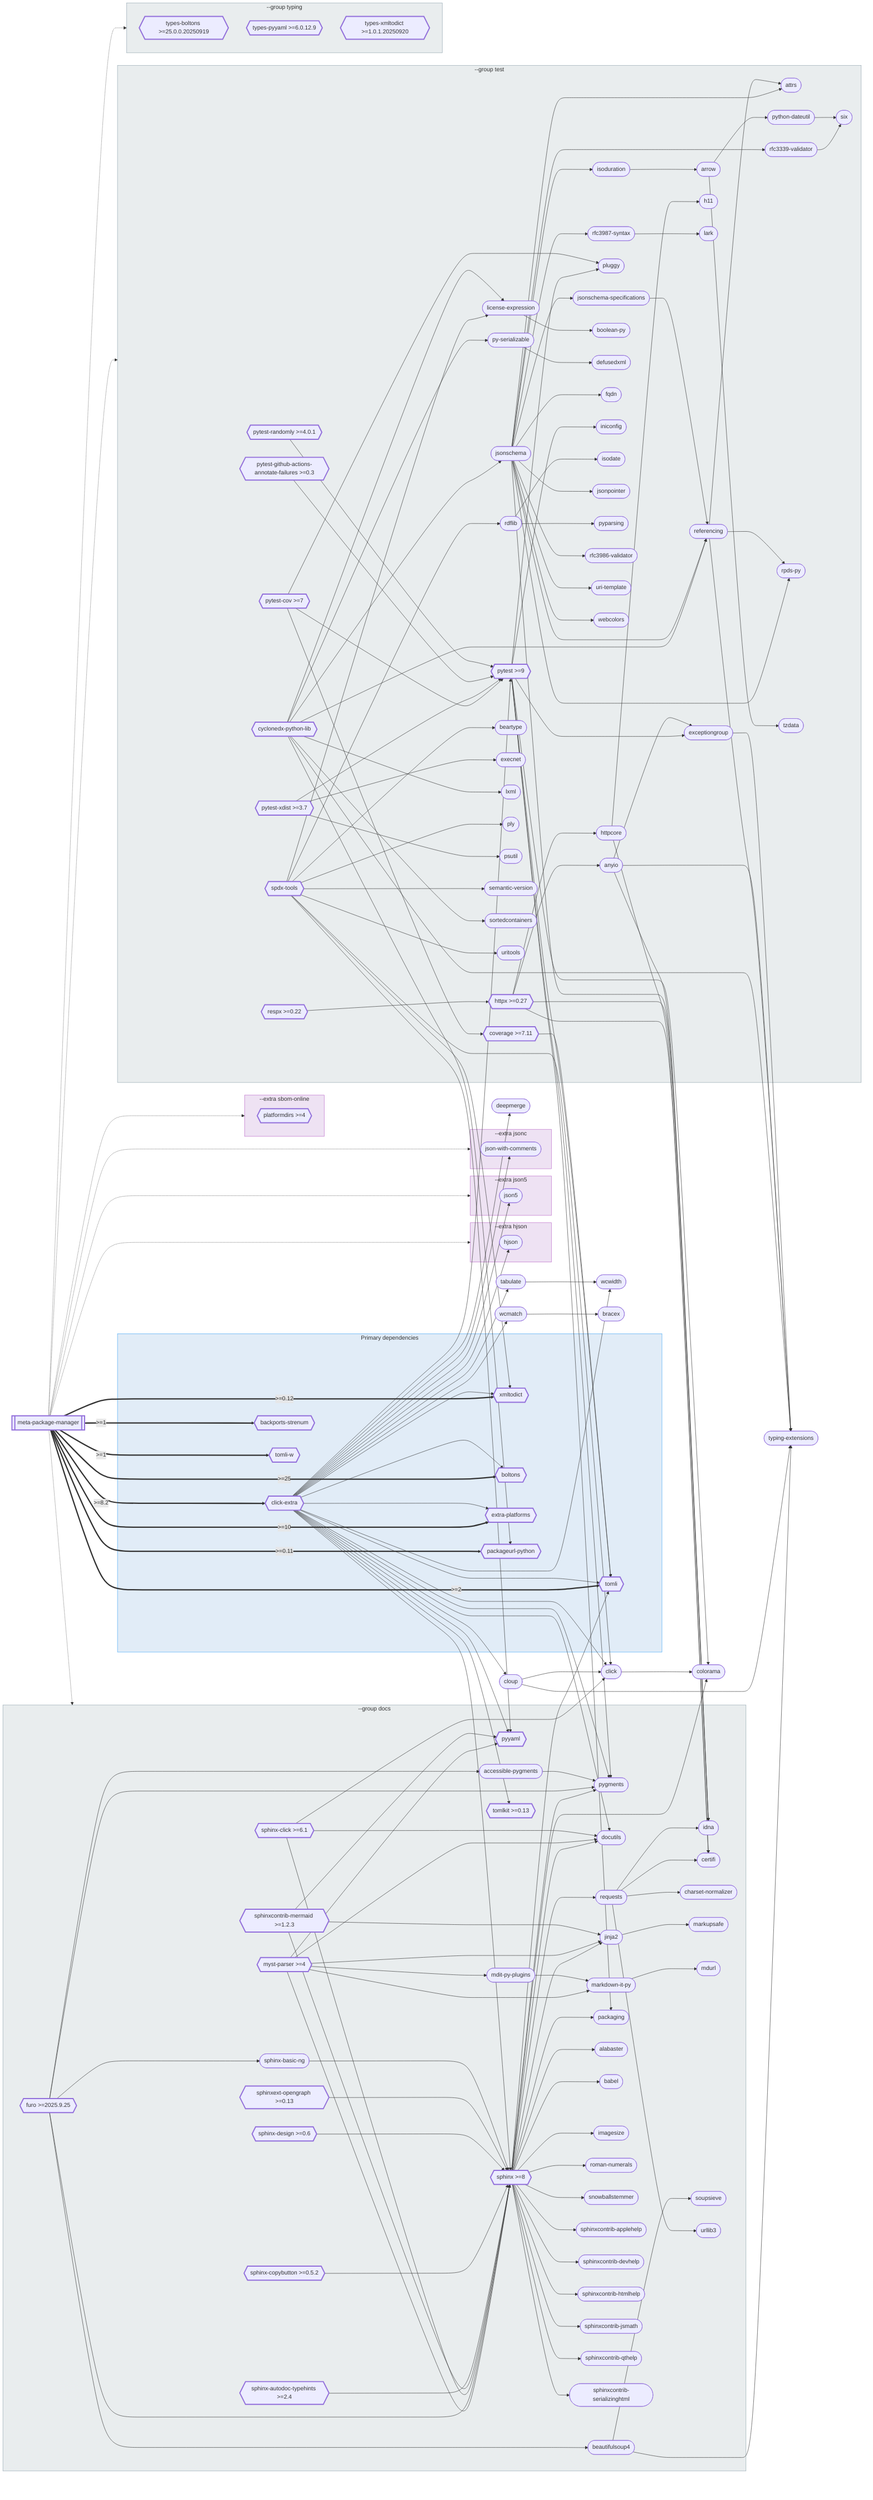
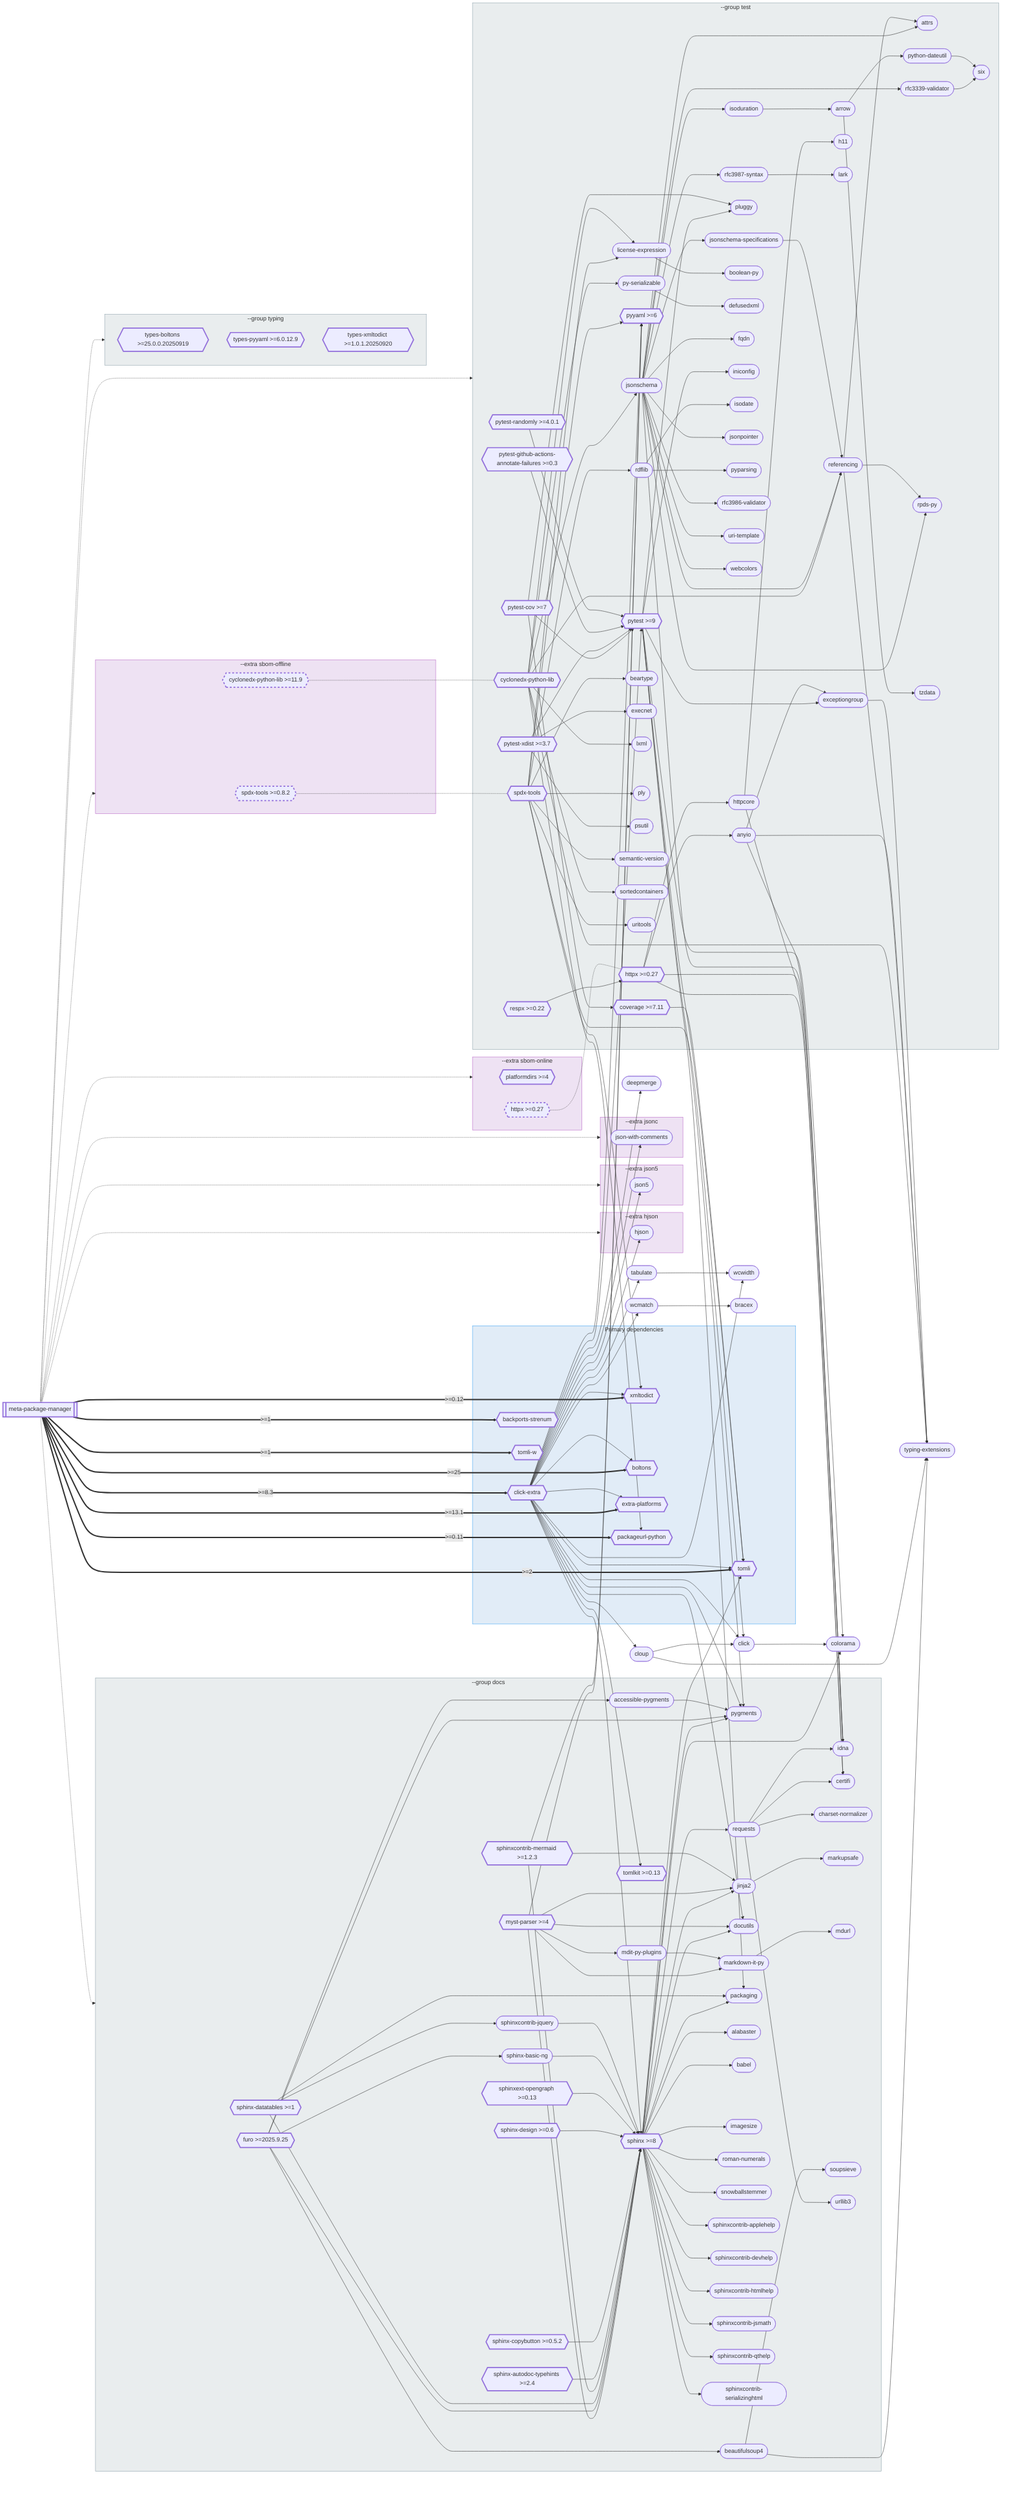
flowchart LR
    meta_package_manager[["`meta-package-manager`"]]

    subgraph primary-deps [Primary dependencies]
        click_extra{{"`click-extra`"}}
        tomli{{"`tomli`"}}
        xmltodict{{"`xmltodict`"}}
        boltons{{"`boltons`"}}
        extra_platforms{{"`extra-platforms`"}}
        packageurl_python{{"`packageurl-python`"}}
        backports_strenum{{"`backports-strenum`"}}
        tomli_w{{"`tomli-w`"}}
    end

    typing_extensions(["`typing-extensions`"])
    click_0(["`click`"])
    cloup(["`cloup`"])
    colorama(["`colorama`"])
    tabulate(["`tabulate`"])
    wcmatch(["`wcmatch`"])
    wcwidth(["`wcwidth`"])
    bracex(["`bracex`"])
    deepmerge(["`deepmerge`"])

    subgraph ext_hjson [--extra hjson]
        hjson(["`hjson`"])
    end

    subgraph ext_json5 [--extra json5]
        json5(["`json5`"])
    end

    subgraph ext_jsonc [--extra jsonc]
        json_with_comments(["`json-with-comments`"])
    end

+     subgraph ext_sbom-offline [--extra sbom-offline]
+         ext_sbom-offline_spdx_tools{{"`spdx-tools >=0.8.2`"}}
+         ext_sbom-offline_cyclonedx_python_lib{{"`cyclonedx-python-lib >=11.9`"}}
+     end
+ 
    subgraph ext_sbom-online [--extra sbom-online]
        platformdirs{{"`platformdirs >=4`"}}
+         ext_sbom-online_httpx{{"`httpx >=0.27`"}}
    end

    subgraph grp_docs [--group docs]
        sphinx{{"`sphinx >=8`"}}
        myst_parser{{"`myst-parser >=4`"}}
        furo{{"`furo >=2025.9.25`"}}
        pygments(["`pygments`"])
-         pyyaml{{"`pyyaml`"}}
        requests(["`requests`"])
-         docutils(["`docutils`"])
        idna(["`idna`"])
        jinja2(["`jinja2`"])
-         sphinx_click{{"`sphinx-click >=6.1`"}}
+         sphinx_datatables{{"`sphinx-datatables >=1`"}}
        sphinxcontrib_mermaid{{"`sphinxcontrib-mermaid >=1.2.3`"}}
        beautifulsoup4(["`beautifulsoup4`"])
        certifi(["`certifi`"])
+         docutils(["`docutils`"])
        markdown_it_py(["`markdown-it-py`"])
+         packaging(["`packaging`"])
        accessible_pygments(["`accessible-pygments`"])
        mdit_py_plugins(["`mdit-py-plugins`"])
-         packaging(["`packaging`"])
        sphinx_autodoc_typehints{{"`sphinx-autodoc-typehints >=2.4`"}}
        sphinx_basic_ng(["`sphinx-basic-ng`"])
        sphinx_copybutton{{"`sphinx-copybutton >=0.5.2`"}}
        sphinx_design{{"`sphinx-design >=0.6`"}}
+         sphinxcontrib_jquery(["`sphinxcontrib-jquery`"])
        sphinxext_opengraph{{"`sphinxext-opengraph >=0.13`"}}
        tomlkit{{"`tomlkit >=0.13`"}}
        alabaster(["`alabaster`"])
        babel(["`babel`"])
        charset_normalizer(["`charset-normalizer`"])
        imagesize(["`imagesize`"])
        markupsafe(["`markupsafe`"])
        mdurl(["`mdurl`"])
        roman_numerals(["`roman-numerals`"])
        snowballstemmer(["`snowballstemmer`"])
        soupsieve(["`soupsieve`"])
        sphinxcontrib_applehelp(["`sphinxcontrib-applehelp`"])
        sphinxcontrib_devhelp(["`sphinxcontrib-devhelp`"])
        sphinxcontrib_htmlhelp(["`sphinxcontrib-htmlhelp`"])
        sphinxcontrib_jsmath(["`sphinxcontrib-jsmath`"])
        sphinxcontrib_qthelp(["`sphinxcontrib-qthelp`"])
        sphinxcontrib_serializinghtml(["`sphinxcontrib-serializinghtml`"])
        urllib3(["`urllib3`"])
    end

    subgraph grp_test [--group test]
        jsonschema(["`jsonschema`"])
        pytest{{"`pytest >=9`"}}
        spdx_tools{{"`spdx-tools`"}}
        cyclonedx_python_lib{{"`cyclonedx-python-lib`"}}
        httpx{{"`httpx >=0.27`"}}
        referencing(["`referencing`"])
+         pyyaml{{"`pyyaml >=6`"}}
        anyio(["`anyio`"])
        pytest_cov{{"`pytest-cov >=7`"}}
        pytest_xdist{{"`pytest-xdist >=3.7`"}}
        arrow(["`arrow`"])
        coverage{{"`coverage >=7.11`"}}
        exceptiongroup(["`exceptiongroup`"])
        httpcore(["`httpcore`"])
        license_expression(["`license-expression`"])
        rdflib(["`rdflib`"])
        attrs(["`attrs`"])
        isoduration(["`isoduration`"])
        jsonschema_specifications(["`jsonschema-specifications`"])
        pluggy(["`pluggy`"])
        py_serializable(["`py-serializable`"])
        pytest_github_actions_annotate_failures{{"`pytest-github-actions-annotate-failures >=0.3`"}}
        pytest_randomly{{"`pytest-randomly >=4.0.1`"}}
        python_dateutil(["`python-dateutil`"])
        respx{{"`respx >=0.22`"}}
        rfc3339_validator(["`rfc3339-validator`"])
        rfc3987_syntax(["`rfc3987-syntax`"])
        rpds_py(["`rpds-py`"])
        six(["`six`"])
        beartype(["`beartype`"])
        boolean_py(["`boolean-py`"])
        defusedxml(["`defusedxml`"])
        execnet(["`execnet`"])
        fqdn(["`fqdn`"])
        h11(["`h11`"])
        iniconfig(["`iniconfig`"])
        isodate(["`isodate`"])
        jsonpointer(["`jsonpointer`"])
        lark(["`lark`"])
        lxml(["`lxml`"])
        ply(["`ply`"])
        psutil(["`psutil`"])
        pyparsing(["`pyparsing`"])
        rfc3986_validator(["`rfc3986-validator`"])
        semantic_version(["`semantic-version`"])
        sortedcontainers(["`sortedcontainers`"])
        tzdata(["`tzdata`"])
        uri_template(["`uri-template`"])
        uritools(["`uritools`"])
        webcolors(["`webcolors`"])
    end

    subgraph grp_typing [--group typing]
        types_boltons{{"`types-boltons >=25.0.0.20250919`"}}
        types_pyyaml{{"`types-pyyaml >=6.0.12.9`"}}
        types_xmltodict{{"`types-xmltodict >=1.0.1.20250920`"}}
    end

-     meta_package_manager ==>|" >=8.2 "| click_extra
+     meta_package_manager ==>|" >=8.3 "| click_extra
    meta_package_manager ==>|" >=2 "| tomli
    meta_package_manager ==>|" >=0.12 "| xmltodict
    meta_package_manager ==>|" >=25 "| boltons
-     meta_package_manager ==>|" >=10 "| extra_platforms
+     meta_package_manager ==>|" >=13.1 "| extra_platforms
    meta_package_manager ==>|" >=0.11 "| packageurl_python
    meta_package_manager ==>|" >=1 "| backports_strenum
    meta_package_manager ==>|" >=1 "| tomli_w
    sphinx --> pygments
    sphinx --> requests
    sphinx --> tomli
-     sphinx --> docutils
    sphinx --> jinja2
    sphinx --> colorama
+     sphinx --> docutils
    sphinx --> packaging
    sphinx --> alabaster
    sphinx --> babel
    sphinx --> imagesize
    sphinx --> roman_numerals
    sphinx --> snowballstemmer
    sphinx --> sphinxcontrib_applehelp
    sphinx --> sphinxcontrib_devhelp
    sphinx --> sphinxcontrib_htmlhelp
    sphinx --> sphinxcontrib_jsmath
    sphinx --> sphinxcontrib_qthelp
    sphinx --> sphinxcontrib_serializinghtml
    click_extra --> sphinx
    click_extra --> pytest
-     click_extra --> click_0
    click_extra --> pygments
    click_extra --> pyyaml
    click_extra --> tomli
+     click_extra --> click_0
+     click_extra --> cloup
    click_extra --> docutils
-     click_extra --> cloup
    click_extra --> xmltodict
    click_extra --> boltons
    click_extra --> extra_platforms
    click_extra --> hjson
    click_extra --> json_with_comments
    click_extra --> json5
    click_extra --> tabulate
    click_extra --> tomlkit
    click_extra --> wcmatch
    click_extra --> wcwidth
    click_extra --> deepmerge
    pytest --> pygments
    pytest --> tomli
    pytest --> colorama
    pytest --> exceptiongroup
    pytest --> packaging
    pytest --> pluggy
    pytest --> iniconfig
+     spdx_tools --> pyyaml
    spdx_tools --> click_0
-     spdx_tools --> pyyaml
    spdx_tools --> license_expression
    spdx_tools --> rdflib
    spdx_tools --> xmltodict
    spdx_tools --> beartype
    spdx_tools --> ply
    spdx_tools --> semantic_version
    spdx_tools --> uritools
    cyclonedx_python_lib --> jsonschema
    cyclonedx_python_lib --> referencing
    cyclonedx_python_lib --> typing_extensions
    cyclonedx_python_lib --> license_expression
    cyclonedx_python_lib --> packageurl_python
    cyclonedx_python_lib --> py_serializable
    cyclonedx_python_lib --> lxml
    cyclonedx_python_lib --> sortedcontainers
    myst_parser --> sphinx
    myst_parser --> pyyaml
+     myst_parser --> jinja2
    myst_parser --> docutils
-     myst_parser --> jinja2
    myst_parser --> markdown_it_py
    myst_parser --> mdit_py_plugins
    furo --> sphinx
    furo --> pygments
    furo --> beautifulsoup4
    furo --> accessible_pygments
    furo --> sphinx_basic_ng
    httpx --> anyio
    httpx --> idna
    httpx --> certifi
    httpx --> httpcore
    pytest_cov --> pytest
    pytest_cov --> coverage
    pytest_cov --> pluggy
    pytest_xdist --> pytest
    pytest_xdist --> execnet
    pytest_xdist --> psutil
-     sphinx_click --> sphinx
-     sphinx_click --> click_0
-     sphinx_click --> docutils
+     sphinx_datatables --> sphinx
+     sphinx_datatables --> packaging
+     sphinx_datatables --> sphinxcontrib_jquery
    sphinxcontrib_mermaid --> sphinx
    sphinxcontrib_mermaid --> pyyaml
    sphinxcontrib_mermaid --> jinja2
    coverage --> tomli
    pytest_github_actions_annotate_failures --> pytest
    pytest_randomly --> pytest
    respx --> httpx
    sphinx_autodoc_typehints --> sphinx
    sphinx_copybutton --> sphinx
    sphinx_design --> sphinx
    sphinxext_opengraph --> sphinx
    jsonschema --> referencing
    jsonschema --> idna
    jsonschema --> attrs
    jsonschema --> isoduration
    jsonschema --> jsonschema_specifications
    jsonschema --> rfc3339_validator
    jsonschema --> rfc3987_syntax
    jsonschema --> rpds_py
    jsonschema --> fqdn
    jsonschema --> jsonpointer
    jsonschema --> rfc3986_validator
    jsonschema --> uri_template
    jsonschema --> webcolors
    referencing --> typing_extensions
    referencing --> attrs
    referencing --> rpds_py
-     click_0 --> colorama
    requests --> idna
    requests --> certifi
    requests --> charset_normalizer
    requests --> urllib3
    anyio --> typing_extensions
    anyio --> idna
    anyio --> exceptiongroup
+     click_0 --> colorama
    jinja2 --> markupsafe
    beautifulsoup4 --> typing_extensions
    beautifulsoup4 --> soupsieve
    cloup --> typing_extensions
    cloup --> click_0
    exceptiongroup --> typing_extensions
    httpcore --> certifi
    httpcore --> h11
    license_expression --> boolean_py
    markdown_it_py --> mdurl
    rdflib --> isodate
    rdflib --> pyparsing
    accessible_pygments --> pygments
    mdit_py_plugins --> markdown_it_py
    py_serializable --> defusedxml
    sphinx_basic_ng --> sphinx
+     sphinxcontrib_jquery --> sphinx
    tabulate --> wcwidth
    wcmatch --> bracex
    isoduration --> arrow
    jsonschema_specifications --> referencing
    rfc3339_validator --> six
    rfc3987_syntax --> lark
    arrow --> python_dateutil
    arrow --> tzdata
    python_dateutil --> six
    meta_package_manager -.-> ext_hjson
    meta_package_manager -.-> ext_json5
    meta_package_manager -.-> ext_jsonc
+     meta_package_manager -.-> ext_sbom-offline
    meta_package_manager -.-> ext_sbom-online
    meta_package_manager -.-> grp_docs
    meta_package_manager -.-> grp_test
    meta_package_manager -.-> grp_typing
+     ext_sbom-offline_spdx_tools -.- spdx_tools
+     ext_sbom-offline_cyclonedx_python_lib -.- cyclonedx_python_lib
+     ext_sbom-online_httpx -.- httpx

    click accessible_pygments "https://pypi.org/project/accessible-pygments/" _blank
    click alabaster "https://pypi.org/project/alabaster/" _blank
    click anyio "https://pypi.org/project/anyio/" _blank
    click arrow "https://pypi.org/project/arrow/" _blank
    click attrs "https://pypi.org/project/attrs/" _blank
    click babel "https://pypi.org/project/babel/" _blank
    click backports_strenum "https://pypi.org/project/backports-strenum/" _blank
    click beartype "https://pypi.org/project/beartype/" _blank
    click beautifulsoup4 "https://pypi.org/project/beautifulsoup4/" _blank
    click boltons "https://pypi.org/project/boltons/" _blank
    click boolean_py "https://pypi.org/project/boolean-py/" _blank
    click bracex "https://pypi.org/project/bracex/" _blank
    click certifi "https://pypi.org/project/certifi/" _blank
    click charset_normalizer "https://pypi.org/project/charset-normalizer/" _blank
    click click_0 "https://pypi.org/project/click/" _blank
    click click_extra "https://pypi.org/project/click-extra/" _blank
    click cloup "https://pypi.org/project/cloup/" _blank
    click colorama "https://pypi.org/project/colorama/" _blank
    click coverage "https://pypi.org/project/coverage/" _blank
    click cyclonedx_python_lib "https://pypi.org/project/cyclonedx-python-lib/" _blank
    click deepmerge "https://pypi.org/project/deepmerge/" _blank
    click defusedxml "https://pypi.org/project/defusedxml/" _blank
    click docutils "https://pypi.org/project/docutils/" _blank
    click exceptiongroup "https://pypi.org/project/exceptiongroup/" _blank
    click execnet "https://pypi.org/project/execnet/" _blank
    click extra_platforms "https://pypi.org/project/extra-platforms/" _blank
    click fqdn "https://pypi.org/project/fqdn/" _blank
    click furo "https://pypi.org/project/furo/" _blank
    click h11 "https://pypi.org/project/h11/" _blank
    click hjson "https://pypi.org/project/hjson/" _blank
    click httpcore "https://pypi.org/project/httpcore/" _blank
    click httpx "https://pypi.org/project/httpx/" _blank
    click idna "https://pypi.org/project/idna/" _blank
    click imagesize "https://pypi.org/project/imagesize/" _blank
    click iniconfig "https://pypi.org/project/iniconfig/" _blank
    click isodate "https://pypi.org/project/isodate/" _blank
    click isoduration "https://pypi.org/project/isoduration/" _blank
    click jinja2 "https://pypi.org/project/jinja2/" _blank
    click json_with_comments "https://pypi.org/project/json-with-comments/" _blank
    click json5 "https://pypi.org/project/json5/" _blank
    click jsonpointer "https://pypi.org/project/jsonpointer/" _blank
    click jsonschema "https://pypi.org/project/jsonschema/" _blank
    click jsonschema_specifications "https://pypi.org/project/jsonschema-specifications/" _blank
    click lark "https://pypi.org/project/lark/" _blank
    click license_expression "https://pypi.org/project/license-expression/" _blank
    click lxml "https://pypi.org/project/lxml/" _blank
    click markdown_it_py "https://pypi.org/project/markdown-it-py/" _blank
    click markupsafe "https://pypi.org/project/markupsafe/" _blank
    click mdit_py_plugins "https://pypi.org/project/mdit-py-plugins/" _blank
    click mdurl "https://pypi.org/project/mdurl/" _blank
    click meta_package_manager "https://pypi.org/project/meta-package-manager/" _blank
    click myst_parser "https://pypi.org/project/myst-parser/" _blank
    click packageurl_python "https://pypi.org/project/packageurl-python/" _blank
    click packaging "https://pypi.org/project/packaging/" _blank
    click platformdirs "https://pypi.org/project/platformdirs/" _blank
    click pluggy "https://pypi.org/project/pluggy/" _blank
    click ply "https://pypi.org/project/ply/" _blank
    click psutil "https://pypi.org/project/psutil/" _blank
    click py_serializable "https://pypi.org/project/py-serializable/" _blank
    click pygments "https://pypi.org/project/pygments/" _blank
    click pyparsing "https://pypi.org/project/pyparsing/" _blank
    click pytest "https://pypi.org/project/pytest/" _blank
    click pytest_cov "https://pypi.org/project/pytest-cov/" _blank
    click pytest_github_actions_annotate_failures "https://pypi.org/project/pytest-github-actions-annotate-failures/" _blank
    click pytest_randomly "https://pypi.org/project/pytest-randomly/" _blank
    click pytest_xdist "https://pypi.org/project/pytest-xdist/" _blank
    click python_dateutil "https://pypi.org/project/python-dateutil/" _blank
    click pyyaml "https://pypi.org/project/pyyaml/" _blank
    click rdflib "https://pypi.org/project/rdflib/" _blank
    click referencing "https://pypi.org/project/referencing/" _blank
    click requests "https://pypi.org/project/requests/" _blank
    click respx "https://pypi.org/project/respx/" _blank
    click rfc3339_validator "https://pypi.org/project/rfc3339-validator/" _blank
    click rfc3986_validator "https://pypi.org/project/rfc3986-validator/" _blank
    click rfc3987_syntax "https://pypi.org/project/rfc3987-syntax/" _blank
    click roman_numerals "https://pypi.org/project/roman-numerals/" _blank
    click rpds_py "https://pypi.org/project/rpds-py/" _blank
    click semantic_version "https://pypi.org/project/semantic-version/" _blank
    click six "https://pypi.org/project/six/" _blank
    click snowballstemmer "https://pypi.org/project/snowballstemmer/" _blank
    click sortedcontainers "https://pypi.org/project/sortedcontainers/" _blank
    click soupsieve "https://pypi.org/project/soupsieve/" _blank
    click spdx_tools "https://pypi.org/project/spdx-tools/" _blank
    click sphinx "https://pypi.org/project/sphinx/" _blank
    click sphinx_autodoc_typehints "https://pypi.org/project/sphinx-autodoc-typehints/" _blank
    click sphinx_basic_ng "https://pypi.org/project/sphinx-basic-ng/" _blank
-     click sphinx_click "https://pypi.org/project/sphinx-click/" _blank
    click sphinx_copybutton "https://pypi.org/project/sphinx-copybutton/" _blank
+     click sphinx_datatables "https://pypi.org/project/sphinx-datatables/" _blank
    click sphinx_design "https://pypi.org/project/sphinx-design/" _blank
    click sphinxcontrib_applehelp "https://pypi.org/project/sphinxcontrib-applehelp/" _blank
    click sphinxcontrib_devhelp "https://pypi.org/project/sphinxcontrib-devhelp/" _blank
    click sphinxcontrib_htmlhelp "https://pypi.org/project/sphinxcontrib-htmlhelp/" _blank
+     click sphinxcontrib_jquery "https://pypi.org/project/sphinxcontrib-jquery/" _blank
    click sphinxcontrib_jsmath "https://pypi.org/project/sphinxcontrib-jsmath/" _blank
    click sphinxcontrib_mermaid "https://pypi.org/project/sphinxcontrib-mermaid/" _blank
    click sphinxcontrib_qthelp "https://pypi.org/project/sphinxcontrib-qthelp/" _blank
    click sphinxcontrib_serializinghtml "https://pypi.org/project/sphinxcontrib-serializinghtml/" _blank
    click sphinxext_opengraph "https://pypi.org/project/sphinxext-opengraph/" _blank
    click tabulate "https://pypi.org/project/tabulate/" _blank
    click tomli "https://pypi.org/project/tomli/" _blank
    click tomli_w "https://pypi.org/project/tomli-w/" _blank
    click tomlkit "https://pypi.org/project/tomlkit/" _blank
    click types_boltons "https://pypi.org/project/types-boltons/" _blank
    click types_pyyaml "https://pypi.org/project/types-pyyaml/" _blank
    click types_xmltodict "https://pypi.org/project/types-xmltodict/" _blank
    click typing_extensions "https://pypi.org/project/typing-extensions/" _blank
    click tzdata "https://pypi.org/project/tzdata/" _blank
    click uri_template "https://pypi.org/project/uri-template/" _blank
    click uritools "https://pypi.org/project/uritools/" _blank
    click urllib3 "https://pypi.org/project/urllib3/" _blank
    click wcmatch "https://pypi.org/project/wcmatch/" _blank
    click wcwidth "https://pypi.org/project/wcwidth/" _blank
    click webcolors "https://pypi.org/project/webcolors/" _blank
    click xmltodict "https://pypi.org/project/xmltodict/" _blank
+     click ext_sbom-offline_spdx_tools "https://pypi.org/project/spdx-tools/" _blank
+     click ext_sbom-offline_cyclonedx_python_lib "https://pypi.org/project/cyclonedx-python-lib/" _blank
+     click ext_sbom-online_httpx "https://pypi.org/project/httpx/" _blank

    style meta_package_manager stroke-width:3px
    style backports_strenum stroke-width:3px
    style boltons stroke-width:3px
    style click_extra stroke-width:3px
    style coverage stroke-width:3px
    style cyclonedx_python_lib stroke-width:3px
    style extra_platforms stroke-width:3px
    style furo stroke-width:3px
    style httpx stroke-width:3px
    style myst_parser stroke-width:3px
    style packageurl_python stroke-width:3px
    style platformdirs stroke-width:3px
    style pytest stroke-width:3px
    style pytest_cov stroke-width:3px
    style pytest_github_actions_annotate_failures stroke-width:3px
    style pytest_randomly stroke-width:3px
    style pytest_xdist stroke-width:3px
    style pyyaml stroke-width:3px
    style respx stroke-width:3px
    style spdx_tools stroke-width:3px
    style sphinx stroke-width:3px
    style sphinx_autodoc_typehints stroke-width:3px
-     style sphinx_click stroke-width:3px
    style sphinx_copybutton stroke-width:3px
+     style sphinx_datatables stroke-width:3px
    style sphinx_design stroke-width:3px
    style sphinxcontrib_mermaid stroke-width:3px
    style sphinxext_opengraph stroke-width:3px
    style tomli stroke-width:3px
    style tomli_w stroke-width:3px
    style tomlkit stroke-width:3px
    style types_boltons stroke-width:3px
    style types_pyyaml stroke-width:3px
    style types_xmltodict stroke-width:3px
    style xmltodict stroke-width:3px
+     style ext_sbom-offline_spdx_tools stroke-width:3px,stroke-dasharray:5 5
+     style ext_sbom-offline_cyclonedx_python_lib stroke-width:3px,stroke-dasharray:5 5
+     style ext_sbom-online_httpx stroke-width:3px,stroke-dasharray:5 5

    style primary-deps fill:#1565C020,stroke:#42A5F5
    style ext_hjson fill:#7B1FA220,stroke:#BA68C8
    style ext_json5 fill:#7B1FA220,stroke:#BA68C8
    style ext_jsonc fill:#7B1FA220,stroke:#BA68C8
+     style ext_sbom-offline fill:#7B1FA220,stroke:#BA68C8
    style ext_sbom-online fill:#7B1FA220,stroke:#BA68C8
    style grp_docs fill:#546E7A20,stroke:#90A4AE
    style grp_test fill:#546E7A20,stroke:#90A4AE
    style grp_typing fill:#546E7A20,stroke:#90A4AE
